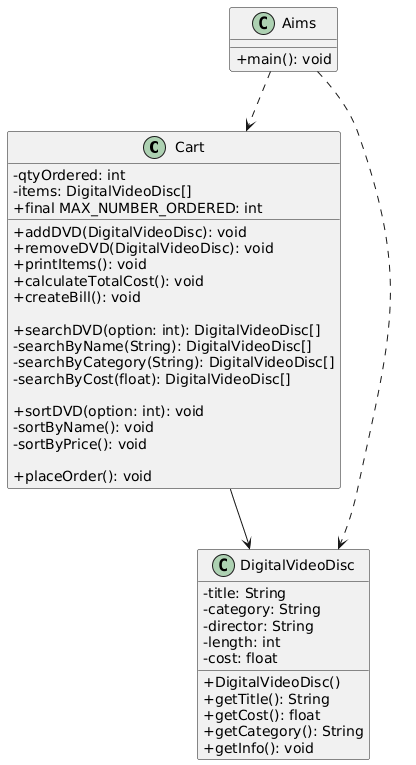
Earlier version of the PlantUML export Designs/Class Diagram.png (iwantagf/AIMS_Project). Source of this version:
```plantuml
@startuml
skinparam classAttributeIconSize 0
class "Cart" as Cart {
  - qtyOrdered: int
  - items: DigitalVideoDisc[]
  + final MAX_NUMBER_ORDERED: int
  + addDVD(DigitalVideoDisc): void
  + removeDVD(DigitalVideoDisc): void
  + printItems(): void
  + calculateTotalCost(): void
  + createBill(): void

  + searchDVD(option: int): DigitalVideoDisc[]
  - searchByName(String): DigitalVideoDisc[]
  - searchByCategory(String): DigitalVideoDisc[]
  - searchByCost(float): DigitalVideoDisc[]

  + sortDVD(option: int): void
  - sortByName(): void
  - sortByPrice(): void

  + placeOrder(): void
}
class "DigitalVideoDisc" as DigitalVideoDisc {
  - title: String
  - category: String
  - director: String
  - length: int
  - cost: float

  + DigitalVideoDisc()
  + getTitle(): String
  + getCost(): float
  + getCategory(): String
  + getInfo(): void
}
class "Aims" as Aims {
  + main(): void
}

Aims ..> Cart
Aims ..> DigitalVideoDisc
Cart --> DigitalVideoDisc
@enduml
```
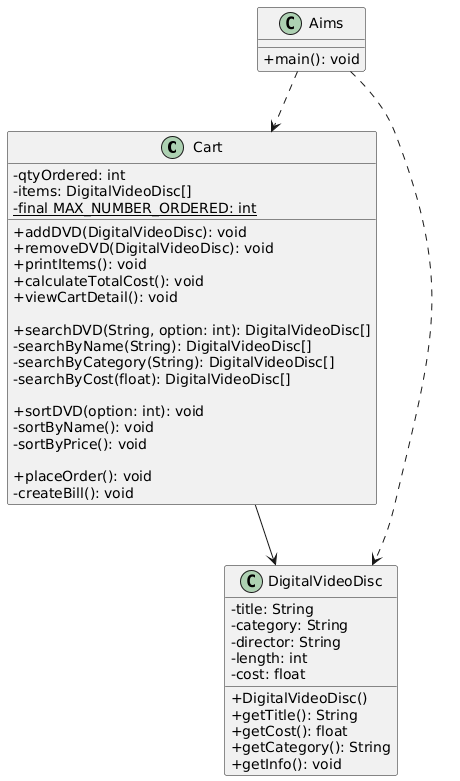
The same file after the commit.

Diff of the diagram source:
```diff
@@ -3,14 +3,14 @@
 class "Cart" as Cart {
   - qtyOrdered: int
   - items: DigitalVideoDisc[]
-  + final MAX_NUMBER_ORDERED: int
+  - {static} final MAX_NUMBER_ORDERED: int
   + addDVD(DigitalVideoDisc): void
   + removeDVD(DigitalVideoDisc): void
   + printItems(): void
   + calculateTotalCost(): void
-  + createBill(): void
+  + viewCartDetail(): void
 
-  + searchDVD(option: int): DigitalVideoDisc[]
+  + searchDVD(String, option: int): DigitalVideoDisc[]
   - searchByName(String): DigitalVideoDisc[]
   - searchByCategory(String): DigitalVideoDisc[]
   - searchByCost(float): DigitalVideoDisc[]
@@ -20,6 +20,7 @@
   - sortByPrice(): void
 
   + placeOrder(): void
+  - createBill(): void
 }
 class "DigitalVideoDisc" as DigitalVideoDisc {
   - title: String
```
